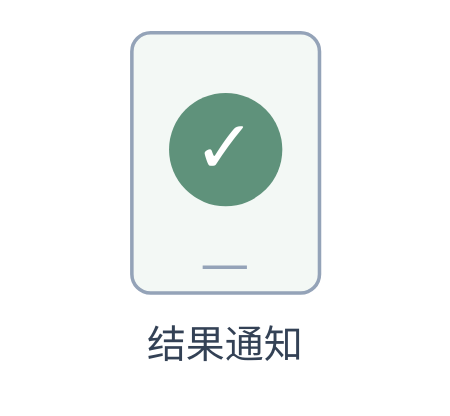
Before: assets/components/notification.drawio in henry867/drawio-visuals-skill, a draw.io diagram. Source tidied: cells renumbered, new cells numbered last; positions are measured from the earlier drawing's top-left corner, leaving out a move shared by most shapes. Both pictures are drawn from the tidied source at 177%, with x=0, y=0 at pixel (30, 32).
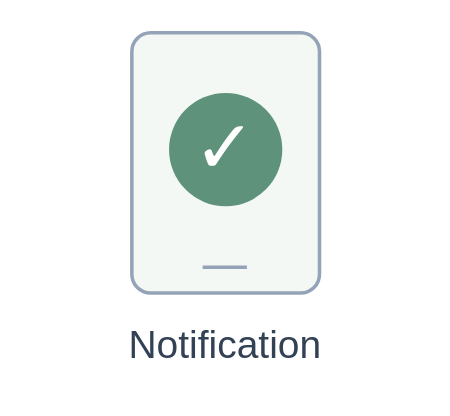
The same diagram, later.

Diff of the diagram source:
```diff
@@
 <mxGraphModel background="#FFFFFF">
   <root>
     <mxCell id="0" />
     <mxCell id="1" parent="0" />
     <mxCell id="2" style="group;" parent="1" vertex="1">
       <mxGeometry width="220" height="200" as="geometry" />
     </mxCell>
     <mxCell id="3" style="html=1;whiteSpace=wrap;fontFamily=Helvetica;fontSize=20;fontColor=#334155;rounded=1;arcSize=10;fillColor=#F3F8F5;strokeColor=#94A3B8;strokeWidth=2;" parent="2" vertex="1">
       <mxGeometry x="57" width="106" height="147" as="geometry" />
     </mxCell>
     <mxCell id="4" value="✓" style="html=1;whiteSpace=wrap;fontFamily=Helvetica;fontSize=20;fontColor=#334155;ellipse;fillColor=#5F927B;strokeColor=none;fontColor=#FFFFFF;fontSize=42;" parent="3" vertex="1">
       <mxGeometry x="21" y="34" width="64" height="64" as="geometry" />
     </mxCell>
     <mxCell id="5" style="html=1;whiteSpace=wrap;fontFamily=Helvetica;fontSize=20;fontColor=#334155;shape=line;strokeColor=#94A3B8;strokeWidth=2;" parent="3" vertex="1">
       <mxGeometry x="40" y="132" width="25" height="1" as="geometry" />
     </mxCell>
-    <mxCell id="6" value="结果通知" style="html=1;whiteSpace=wrap;fontFamily=Helvetica;fontSize=20;fontColor=#334155;text;fillColor=none;strokeColor=none;align=center;verticalAlign=middle;fontSize=22;fontColor=#334155;" parent="2" vertex="1">
+    <mxCell id="6" value="Notification" style="html=1;whiteSpace=wrap;fontFamily=Helvetica;fontSize=20;fontColor=#334155;text;fillColor=none;strokeColor=none;align=center;verticalAlign=middle;fontSize=22;fontColor=#334155;" parent="2" vertex="1">
       <mxGeometry y="161" width="220" height="32" as="geometry" />
     </mxCell>
   </root>
 </mxGraphModel>
```
